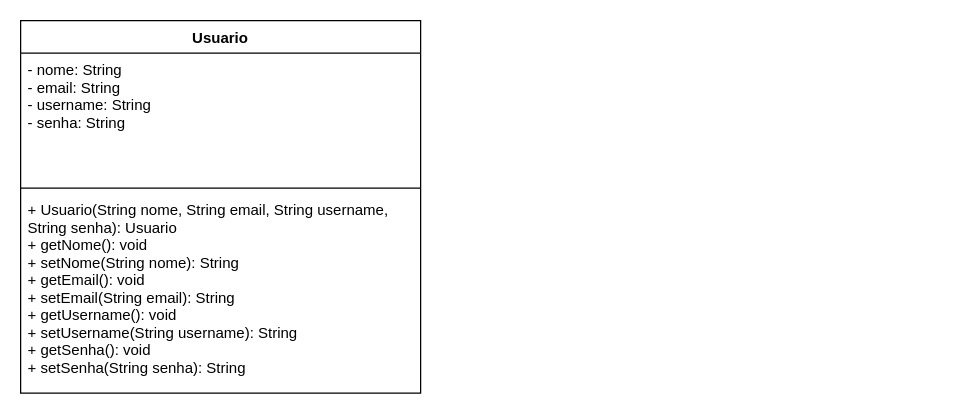
The draw.io diagram class-diagram.drawio in kaiohenricunha/UML, before the edit. Source tidied: cells renumbered, new cells numbered last; positions are measured from the earlier drawing's top-left corner, leaving out a move shared by most shapes. Both pictures are drawn from the tidied source at 125%, with x=0, y=0 at pixel (20, 20).
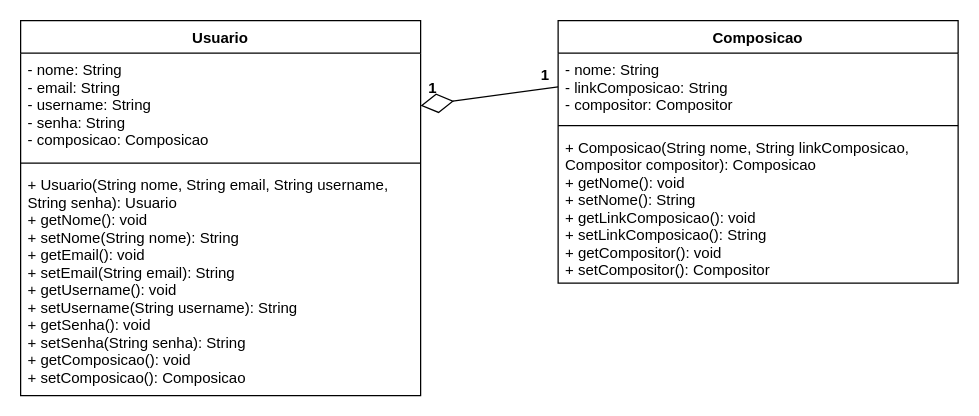
The same page after the edit.

Change to the diagram source:
```diff
@@
 <mxGraphModel>
   <root>
     <mxCell id="0" />
     <mxCell id="1" parent="0" />
     <mxCell id="2" value="Usuario" style="swimlane;fontStyle=1;align=center;verticalAlign=top;horizontal=1;startSize=26;" parent="1" vertex="1">
-      <mxGeometry width="320" height="298" as="geometry" />
+      <mxGeometry width="320" height="300" as="geometry" />
     </mxCell>
-    <mxCell id="3" value="- nome: String&#10;- email: String&#10;- username: String&#10;- senha: String" style="text;strokeColor=none;fillColor=none;align=left;verticalAlign=top;spacingLeft=4;spacingRight=4;overflow=hidden;" parent="2" vertex="1">
-      <mxGeometry y="26" width="320" height="104" as="geometry" />
+    <mxCell id="3" value="- nome: String&#10;- email: String&#10;- username: String&#10;- senha: String&#10;- composicao: Composicao" style="text;strokeColor=none;fillColor=none;align=left;verticalAlign=top;spacingLeft=4;spacingRight=4;overflow=hidden;" parent="2" vertex="1">
+      <mxGeometry y="26" width="320" height="84" as="geometry" />
     </mxCell>
     <mxCell id="4" style="line;strokeWidth=1;fillColor=none;align=left;verticalAlign=middle;spacingTop=-1;spacingLeft=3;spacingRight=3;labelPosition=right;" parent="2" vertex="1">
-      <mxGeometry y="130" width="320" height="8" as="geometry" />
+      <mxGeometry y="110" width="320" height="8" as="geometry" />
     </mxCell>
-    <mxCell id="5" value="+ Usuario(String nome, String email, String username,&#10;String senha): Usuario&#10;+ getNome(): void&#10;+ setNome(String nome): String&#10;+ getEmail(): void&#10;+ setEmail(String email): String&#10;+ getUsername(): void&#10;+ setUsername(String username): String&#10;+ getSenha(): void&#10;+ setSenha(String senha): String" style="text;strokeColor=none;fillColor=none;align=left;verticalAlign=top;spacingLeft=4;spacingRight=4;overflow=hidden;" parent="2" vertex="1">
-      <mxGeometry y="138" width="320" height="160" as="geometry" />
+    <mxCell id="5" value="+ Usuario(String nome, String email, String username,&#10;String senha): Usuario&#10;+ getNome(): void&#10;+ setNome(String nome): String&#10;+ getEmail(): void&#10;+ setEmail(String email): String&#10;+ getUsername(): void&#10;+ setUsername(String username): String&#10;+ getSenha(): void&#10;+ setSenha(String senha): String&#10;+ getComposicao(): void&#10;+ setComposicao(): Composicao" style="text;strokeColor=none;fillColor=none;align=left;verticalAlign=top;spacingLeft=4;spacingRight=4;overflow=hidden;" parent="2" vertex="1">
+      <mxGeometry y="118" width="320" height="182" as="geometry" />
     </mxCell>
+    <mxCell id="6" value="Composicao" style="swimlane;fontStyle=1;align=center;verticalAlign=top;horizontal=1;startSize=26;" parent="1" vertex="1">
+      <mxGeometry x="430" width="320" height="210" as="geometry" />
+    </mxCell>
+    <mxCell id="7" value="- nome: String&#10;- linkComposicao: String&#10;- compositor: Compositor" style="text;strokeColor=none;fillColor=none;align=left;verticalAlign=top;spacingLeft=4;spacingRight=4;overflow=hidden;points=[[0,0.5],[1,0.5]];portConstraint=eastwest;" parent="6" vertex="1">
+      <mxGeometry y="26" width="320" height="54" as="geometry" />
+    </mxCell>
+    <mxCell id="8" style="line;strokeWidth=1;fillColor=none;align=left;verticalAlign=middle;spacingTop=-1;spacingLeft=3;spacingRight=3;labelPosition=right;" parent="6" vertex="1">
+      <mxGeometry y="80" width="320" height="8" as="geometry" />
+    </mxCell>
+    <mxCell id="9" value="+ Composicao(String nome, String linkComposicao,&#10;Compositor compositor): Composicao&#10;+ getNome(): void&#10;+ setNome(): String&#10;+ getLinkComposicao(): void&#10;+ setLinkComposicao(): String&#10;+ getCompositor(): void&#10;+ setCompositor(): Compositor" style="text;strokeColor=none;fillColor=none;align=left;verticalAlign=top;spacingLeft=4;spacingRight=4;overflow=hidden;" parent="6" vertex="1">
+      <mxGeometry y="88" width="320" height="122" as="geometry" />
+    </mxCell>
+    <mxCell id="10" style="endArrow=diamondThin;endFill=0;endSize=24;html=1;exitX=0;exitY=0.5;exitDx=0;exitDy=0;" parent="1" edge="1" source="7">
+      <mxGeometry relative="1" as="geometry">
+        <mxPoint x="320" y="68" as="targetPoint" />
+      </mxGeometry>
+    </mxCell>
+    <mxCell id="11" value="1" style="text;align=center;fontStyle=1;verticalAlign=middle;spacingLeft=3;spacingRight=3;strokeColor=none;" parent="1" vertex="1">
+      <mxGeometry x="290" y="40" width="80" height="26" as="geometry" />
+    </mxCell>
+    <mxCell id="12" value="1" style="text;align=center;fontStyle=1;verticalAlign=middle;spacingLeft=3;spacingRight=3;strokeColor=none;" parent="1" vertex="1">
+      <mxGeometry x="380" y="30" width="80" height="26" as="geometry" />
+    </mxCell>
   </root>
 </mxGraphModel>
```
